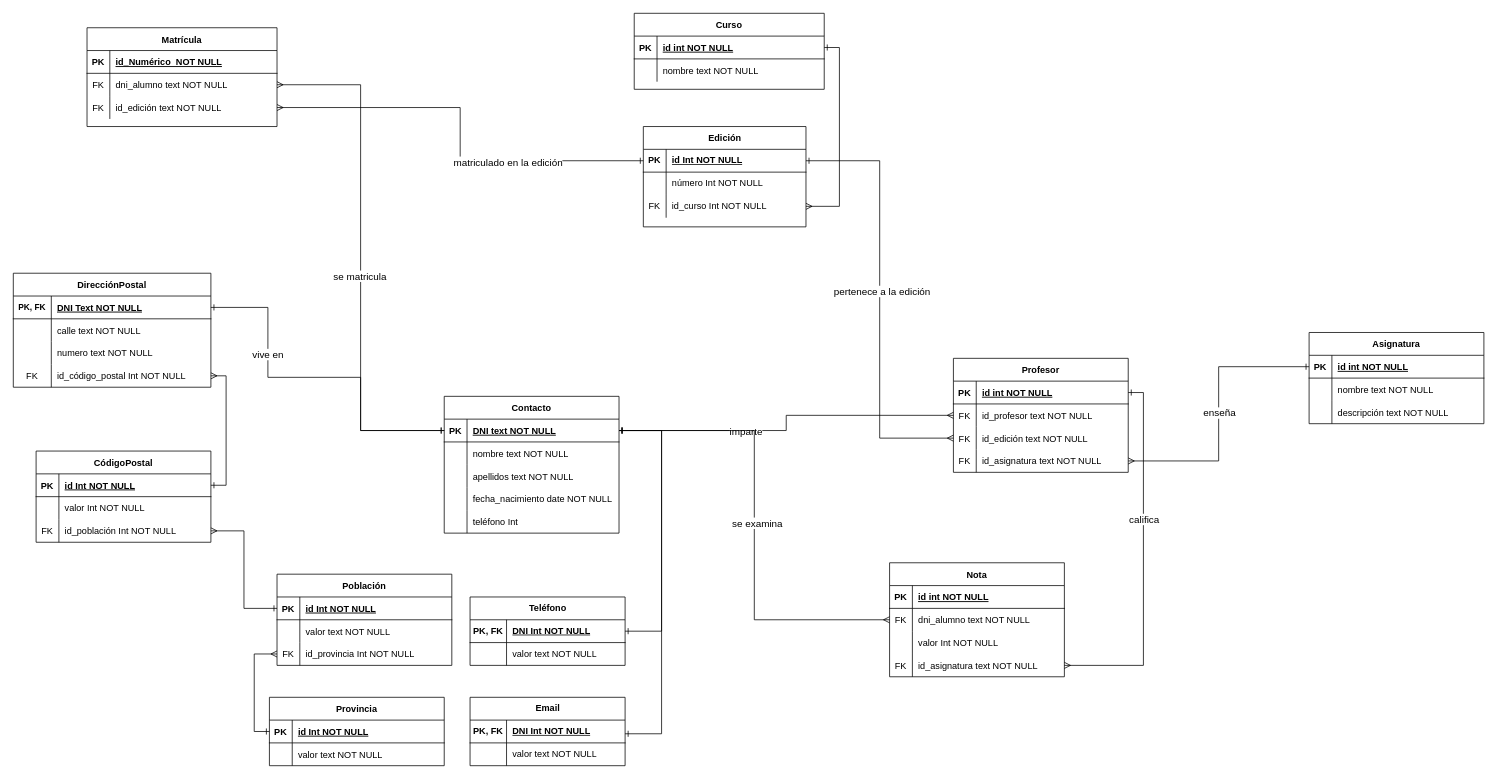
AlexAlgarate/03-SQL-modelado-de-datos keeps this draw.io diagram as clase/01-modelado-academia.drawio. Above is the earlier version. Source tidied: cells renumbered, new cells numbered last; positions are measured from the earlier drawing's top-left corner, leaving out a move shared by most shapes. Both pictures are drawn from the tidied source at 76%, with x=0, y=0 at pixel (13, 13).
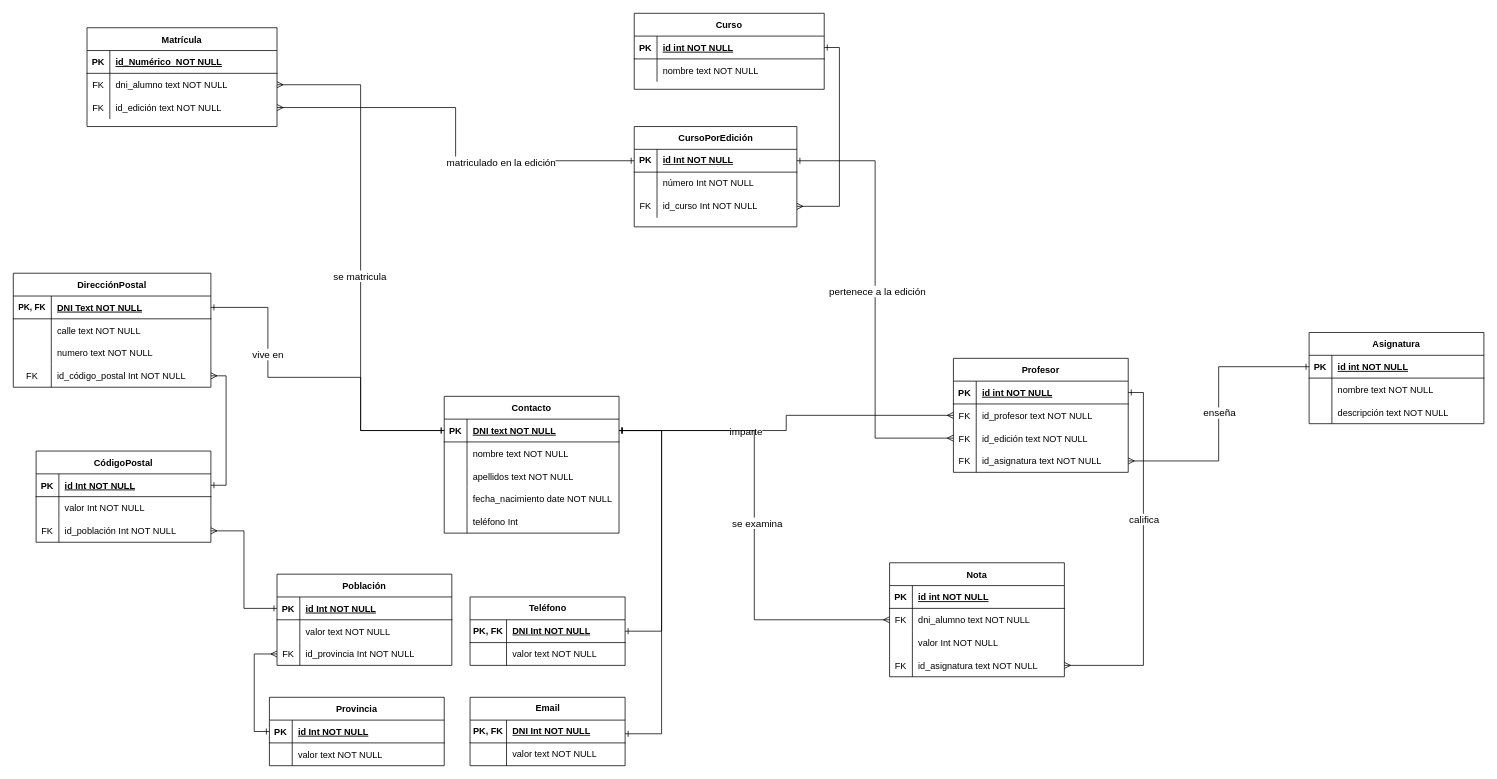
The same page after the edit.

Commit message (it also covers changes not shown here):
terminar de completar las tablas de SQL

Diff of the diagram source:
```diff
@@
-    <mxCell id="130" value="Edición" style="shape=table;startSize=30;childLayout=tableLayout;rowLines=0;fontStyle=1;align=center;html=1;" parent="1" vertex="1">
-      <mxGeometry x="829" y="149" width="214" height="132" as="geometry" />
+    <mxCell id="130" value="CursoPorEdición" style="shape=table;startSize=30;childLayout=tableLayout;rowLines=0;fontStyle=1;align=center;html=1;" parent="1" vertex="1">
+      <mxGeometry x="817" y="149" width="214" height="132" as="geometry" />
     </mxCell>
```
